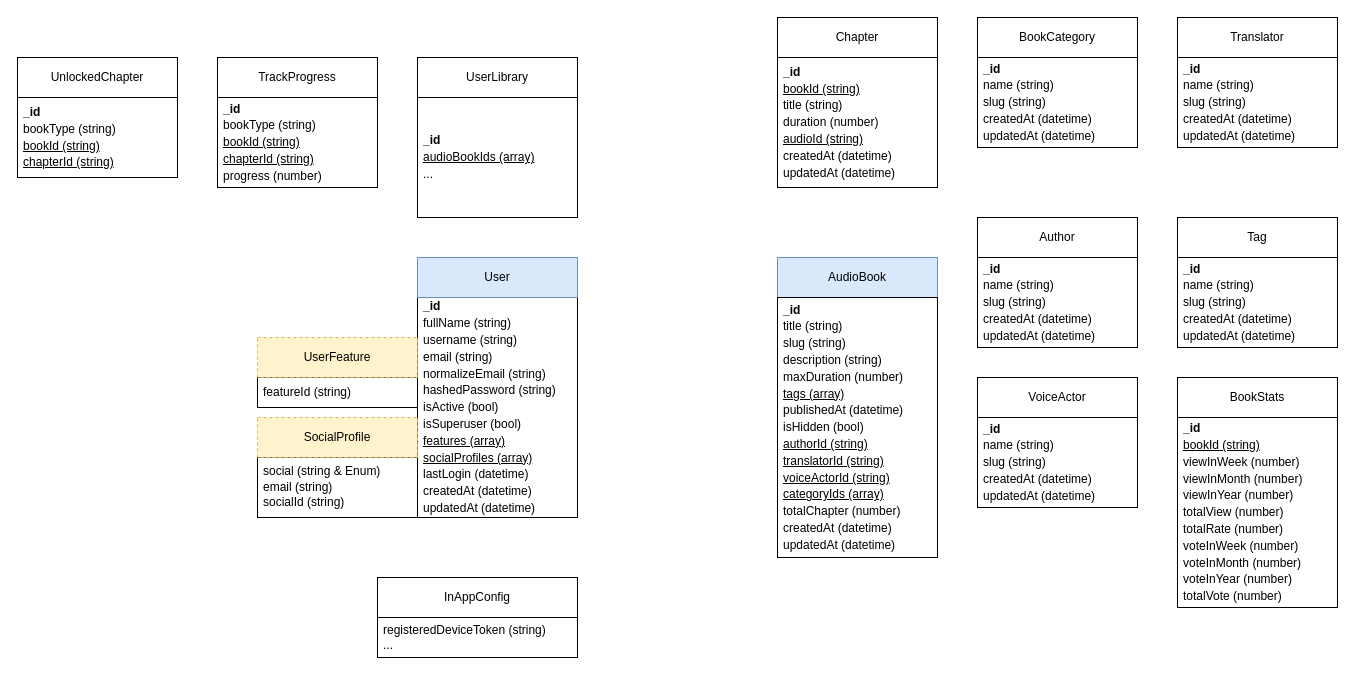
duonghoainam/tien-am keeps this draw.io diagram as page "Schemas" (2 of 2) of docs/entity.schema.drawio. Above is the earlier version. Source tidied: cells renumbered, new cells numbered last; positions are measured from the earlier drawing's top-left corner, leaving out a move shared by most shapes. Both pictures are drawn from the tidied source at 100%, with x=0, y=0 at pixel (17, 17).
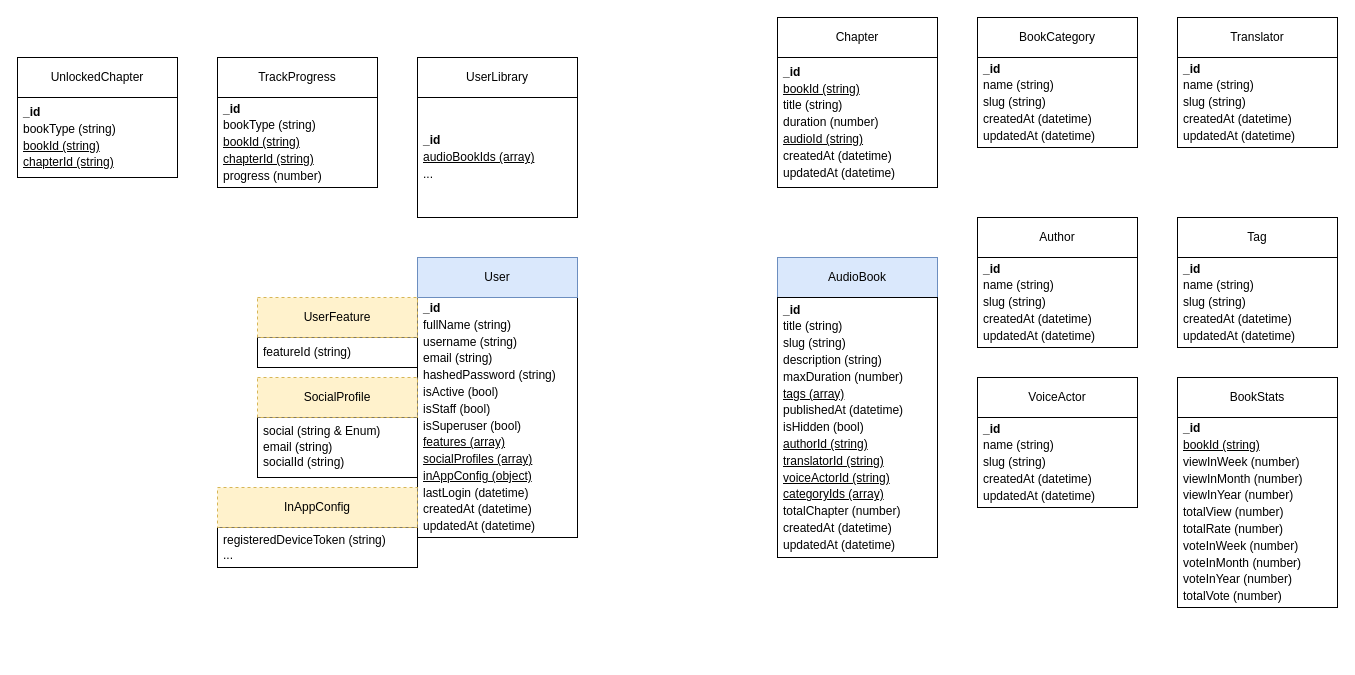
The same page after the edit.

The edit, as a diff of the source:
```diff
@@
-    <mxCell id="5" value="&lt;p style=&quot;line-height: 140%;&quot;&gt;&lt;b&gt;_id&lt;/b&gt;&lt;br&gt;fullName (string)&lt;br&gt;username (string)&lt;br&gt;email (string)&lt;br&gt;normalizeEmail (string)&lt;br&gt;hashedPassword (string)&lt;br&gt;isActive (bool)&lt;br&gt;isSuperuser (bool)&lt;br&gt;&lt;u&gt;features (array)&lt;/u&gt;&lt;br&gt;&lt;u&gt;socialProfiles (array)&lt;/u&gt;&lt;br&gt;lastL&lt;span style=&quot;background-color: initial;&quot;&gt;ogin (datetime)&lt;br&gt;&lt;/span&gt;&lt;span style=&quot;background-color: initial;&quot;&gt;createdAt (datetime)&lt;br&gt;&lt;/span&gt;&lt;span style=&quot;background-color: initial;&quot;&gt;updatedAt (datetime)&lt;/span&gt;&lt;/p&gt;" style="rounded=0;whiteSpace=wrap;html=1;labelBackgroundColor=none;align=left;spacingLeft=4;" parent="1" vertex="1">
-      <mxGeometry x="400" y="280" width="160" height="220" as="geometry" />
+    <mxCell id="5" value="&lt;p style=&quot;line-height: 140%;&quot;&gt;&lt;b&gt;_id&lt;/b&gt;&lt;br&gt;fullName (string)&lt;br&gt;username (string)&lt;br&gt;email (string)&lt;br&gt;hashedPassword (string)&lt;br&gt;isActive (bool)&lt;br&gt;isStaff (bool)&lt;br&gt;isSuperuser (bool)&lt;br&gt;&lt;u&gt;features (array)&lt;/u&gt;&lt;br&gt;&lt;u&gt;socialProfiles (array)&lt;br&gt;inAppConfig (object)&lt;/u&gt;&lt;br&gt;lastL&lt;span style=&quot;background-color: initial;&quot;&gt;ogin (datetime)&lt;br&gt;&lt;/span&gt;&lt;span style=&quot;background-color: initial;&quot;&gt;createdAt (datetime)&lt;br&gt;&lt;/span&gt;&lt;span style=&quot;background-color: initial;&quot;&gt;updatedAt (datetime)&lt;/span&gt;&lt;/p&gt;" style="rounded=0;whiteSpace=wrap;html=1;labelBackgroundColor=none;align=left;spacingLeft=4;" parent="1" vertex="1">
+      <mxGeometry x="400" y="280" width="160" height="240" as="geometry" />
     </mxCell>
@@
     <mxCell id="7" value="&lt;p style=&quot;line-height: 130%;&quot;&gt;social (string &amp;amp; Enum)&lt;br&gt;email (string)&lt;br&gt;socialId (string)&lt;/p&gt;" style="rounded=0;whiteSpace=wrap;html=1;labelBackgroundColor=none;align=left;spacingLeft=4;" parent="1" vertex="1">
-      <mxGeometry x="240" y="440" width="160" height="60" as="geometry" />
+      <mxGeometry x="240" y="400" width="160" height="60" as="geometry" />
     </mxCell>
     <mxCell id="8" value="&lt;p style=&quot;line-height: 130%;&quot;&gt;featureId (string)&lt;/p&gt;" style="rounded=0;whiteSpace=wrap;html=1;labelBackgroundColor=none;align=left;spacingLeft=4;" parent="1" vertex="1">
-      <mxGeometry x="240" y="360" width="160" height="30" as="geometry" />
+      <mxGeometry x="240" y="320" width="160" height="30" as="geometry" />
     </mxCell>
     <mxCell id="9" value="SocialProfile" style="rounded=0;whiteSpace=wrap;html=1;dashed=1;fillColor=#fff2cc;strokeColor=#d6b656;" parent="1" vertex="1">
-      <mxGeometry x="240" y="400" width="160" height="40" as="geometry" />
+      <mxGeometry x="240" y="360" width="160" height="40" as="geometry" />
     </mxCell>
     <mxCell id="10" value="UserFeature" style="rounded=0;whiteSpace=wrap;html=1;dashed=1;fillColor=#fff2cc;strokeColor=#d6b656;" parent="1" vertex="1">
-      <mxGeometry x="240" y="320" width="160" height="40" as="geometry" />
+      <mxGeometry x="240" y="280" width="160" height="40" as="geometry" />
     </mxCell>
-    <mxCell id="11" value="InAppConfig" style="rounded=0;whiteSpace=wrap;html=1;" parent="1" vertex="1">
-      <mxGeometry x="360" y="560" width="200" height="40" as="geometry" />
-    </mxCell>
     <mxCell id="12" value="registeredDeviceToken (string)&lt;br&gt;..." style="rounded=0;whiteSpace=wrap;html=1;labelBackgroundColor=none;align=left;spacingLeft=4;" parent="1" vertex="1">
-      <mxGeometry x="360" y="600" width="200" height="40" as="geometry" />
+      <mxGeometry x="200" y="510" width="200" height="40" as="geometry" />
     </mxCell>
@@
+    <mxCell id="11" value="InAppConfig" style="rounded=0;whiteSpace=wrap;html=1;fillColor=#fff2cc;strokeColor=#d6b656;dashed=1;" parent="1" vertex="1">
+      <mxGeometry x="200" y="470" width="200" height="40" as="geometry" />
+    </mxCell>
```
